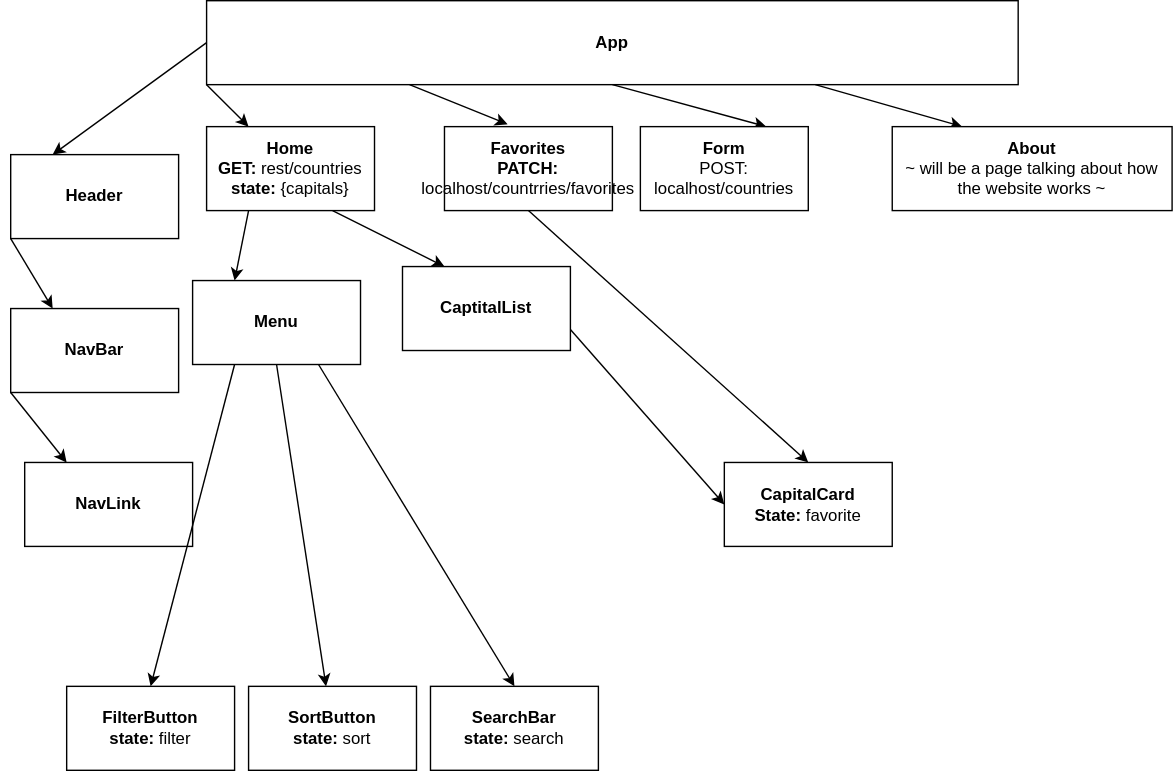
Before: *.drawio.svg, a diagram exported from draw.io (sarahadean/phase2-project). Source tidied: cells renumbered, new cells last; positions are measured from the earlier drawing's top-left corner, leaving out a move shared by most shapes.
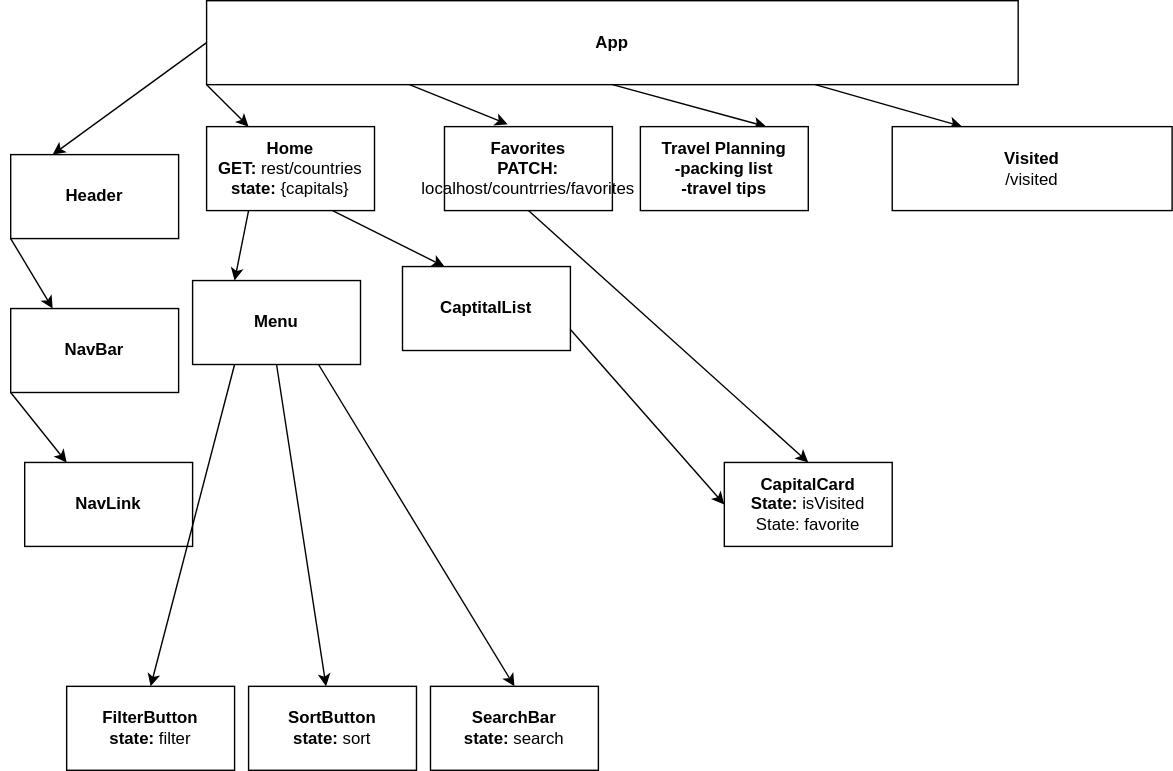
After the commit.

Commit message:
visited page form plus other changes

Change to the diagram source:
```diff
@@ -41,7 +41,7 @@
     <mxCell id="14" value="&lt;b&gt;Favorites&lt;br&gt;PATCH: &lt;/b&gt;localhost/countrries/favorites" style="rounded=0;whiteSpace=wrap;html=1;" parent="1" vertex="1">
       <mxGeometry x="310" y="90" width="120" height="60" as="geometry" />
     </mxCell>
-    <mxCell id="15" value="Form&lt;br&gt;&lt;span style=&quot;font-weight: normal;&quot;&gt;POST: localhost/countries&lt;/span&gt;" style="rounded=0;whiteSpace=wrap;html=1;fontStyle=1;" parent="1" vertex="1">
+    <mxCell id="15" value="Travel Planning&lt;br&gt;-packing list&lt;br&gt;-travel tips" style="rounded=0;whiteSpace=wrap;html=1;fontStyle=1;" parent="1" vertex="1">
       <mxGeometry x="450" y="90" width="120" height="60" as="geometry" />
     </mxCell>
     <mxCell id="16" style="edgeStyle=none;html=1;exitX=0;exitY=1;exitDx=0;exitDy=0;entryX=0.25;entryY=0;entryDx=0;entryDy=0;" parent="1" edge="1" source="17" target="18">
@@ -80,10 +80,10 @@
     <mxCell id="27" value="SearchBar&lt;br&gt;state:&lt;span style=&quot;font-weight: normal;&quot;&gt;&amp;nbsp;search&lt;/span&gt;" style="rounded=0;whiteSpace=wrap;html=1;fontStyle=1;" parent="1" vertex="1">
       <mxGeometry x="300" y="490" width="120" height="60" as="geometry" />
     </mxCell>
-    <mxCell id="28" value="CapitalCard&lt;br&gt;State:&lt;span style=&quot;font-weight: normal;&quot;&gt;&amp;nbsp;favorite&lt;/span&gt;" style="rounded=0;whiteSpace=wrap;html=1;fontStyle=1;" parent="1" vertex="1">
+    <mxCell id="28" value="CapitalCard&lt;br&gt;State:&lt;span style=&quot;font-weight: normal;&quot;&gt;&amp;nbsp;isVisited&lt;br&gt;State: favorite&lt;br&gt;&lt;/span&gt;" style="rounded=0;whiteSpace=wrap;html=1;fontStyle=1;" parent="1" vertex="1">
       <mxGeometry x="510" y="330" width="120" height="60" as="geometry" />
     </mxCell>
-    <mxCell id="29" value="&lt;b&gt;About&lt;/b&gt;&lt;br&gt;~ will be a page talking about how the website works ~" style="rounded=0;whiteSpace=wrap;html=1;" parent="1" vertex="1">
+    <mxCell id="29" value="&lt;b&gt;Visited&lt;br&gt;&lt;/b&gt;/visited" style="rounded=0;whiteSpace=wrap;html=1;" parent="1" vertex="1">
       <mxGeometry x="630" y="90" width="200" height="60" as="geometry" />
     </mxCell>
   </root>
```
